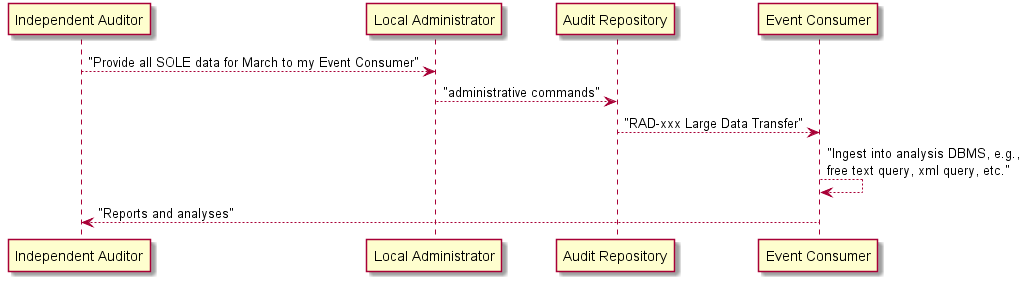
Earlier version of the PlantUML export analysis-push.png (rjhorn-agfa/SOLE). Its diagram source:
```plantuml
@startuml

"Independent Auditor" --> "Local Administrator" : "Provide all SOLE data for March to my Event Consumer"
"Local Administrator" --> "Audit Repository" : "administrative commands"
"Audit Repository" --> "Event Consumer" : "RAD-xxx Large Data Transfer"
"Event Consumer" --> "Event Consumer" : "Ingest into analysis DBMS, e.g.,\nfree text query, xml query, etc."
"Event Consumer" --> "Independent Auditor" : "Reports and analyses"

@enduml
```
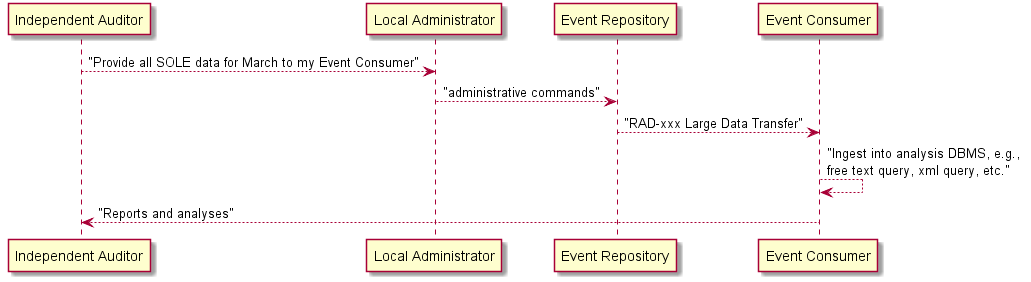
After the commit.

Change to the diagram source:
```diff
@@ -1,8 +1,8 @@
 @startuml
 
 "Independent Auditor" --> "Local Administrator" : "Provide all SOLE data for March to my Event Consumer"
-"Local Administrator" --> "Audit Repository" : "administrative commands"
-"Audit Repository" --> "Event Consumer" : "RAD-xxx Large Data Transfer"
+"Local Administrator" --> "Event Repository" : "administrative commands"
+"Event Repository" --> "Event Consumer" : "RAD-xxx Large Data Transfer"
 "Event Consumer" --> "Event Consumer" : "Ingest into analysis DBMS, e.g.,\nfree text query, xml query, etc."
 "Event Consumer" --> "Independent Auditor" : "Reports and analyses"
 
```
